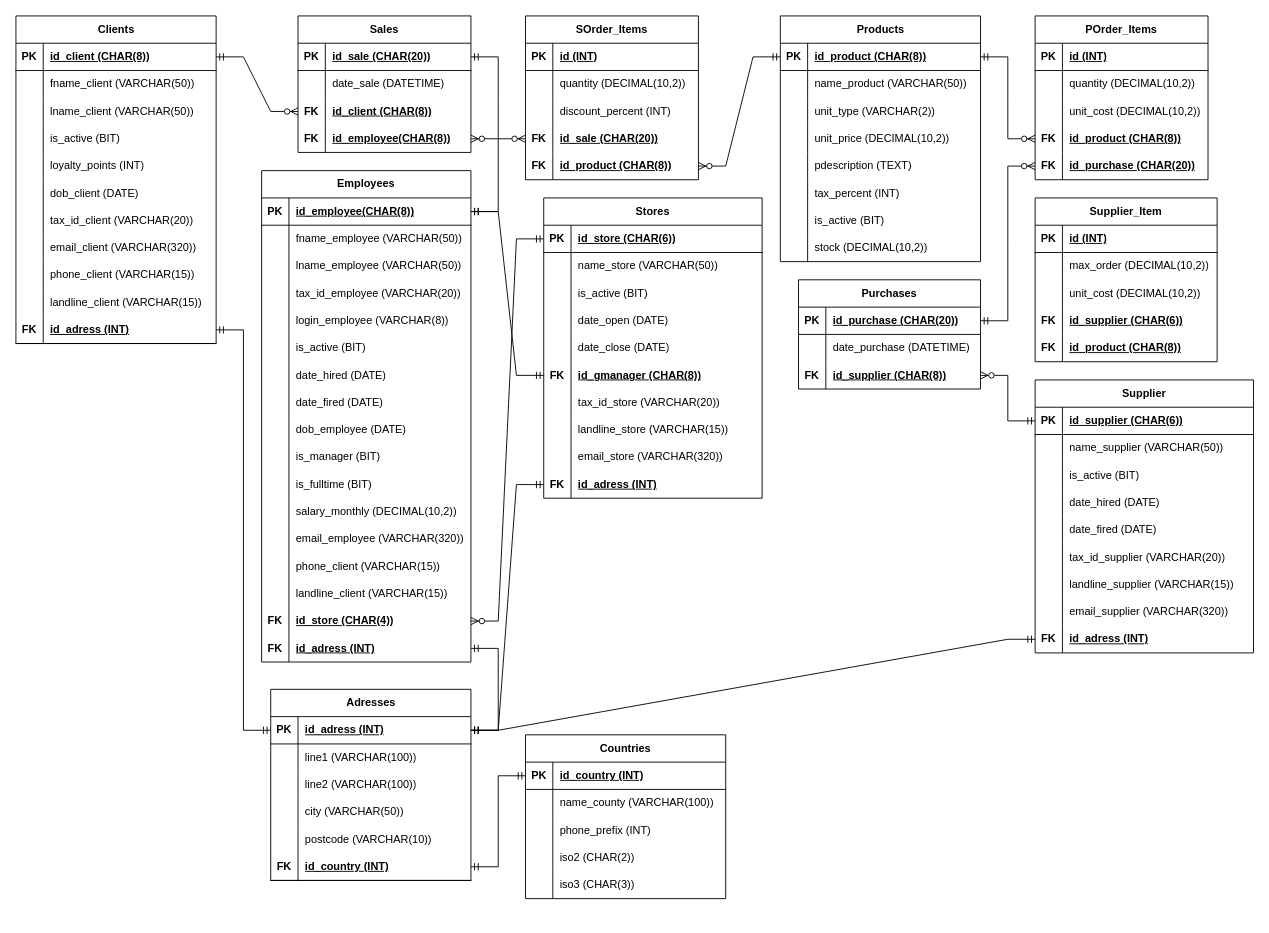
Earlier version of the draw.io diagram Docs/ERM_Store.drawio (PBento96/Projeto10790). Source tidied: cells renumbered, new cells numbered last; positions are measured from the earlier drawing's top-left corner, leaving out a move shared by most shapes. Both pictures are drawn from the tidied source at 91%, with x=0, y=0 at pixel (15, 15).
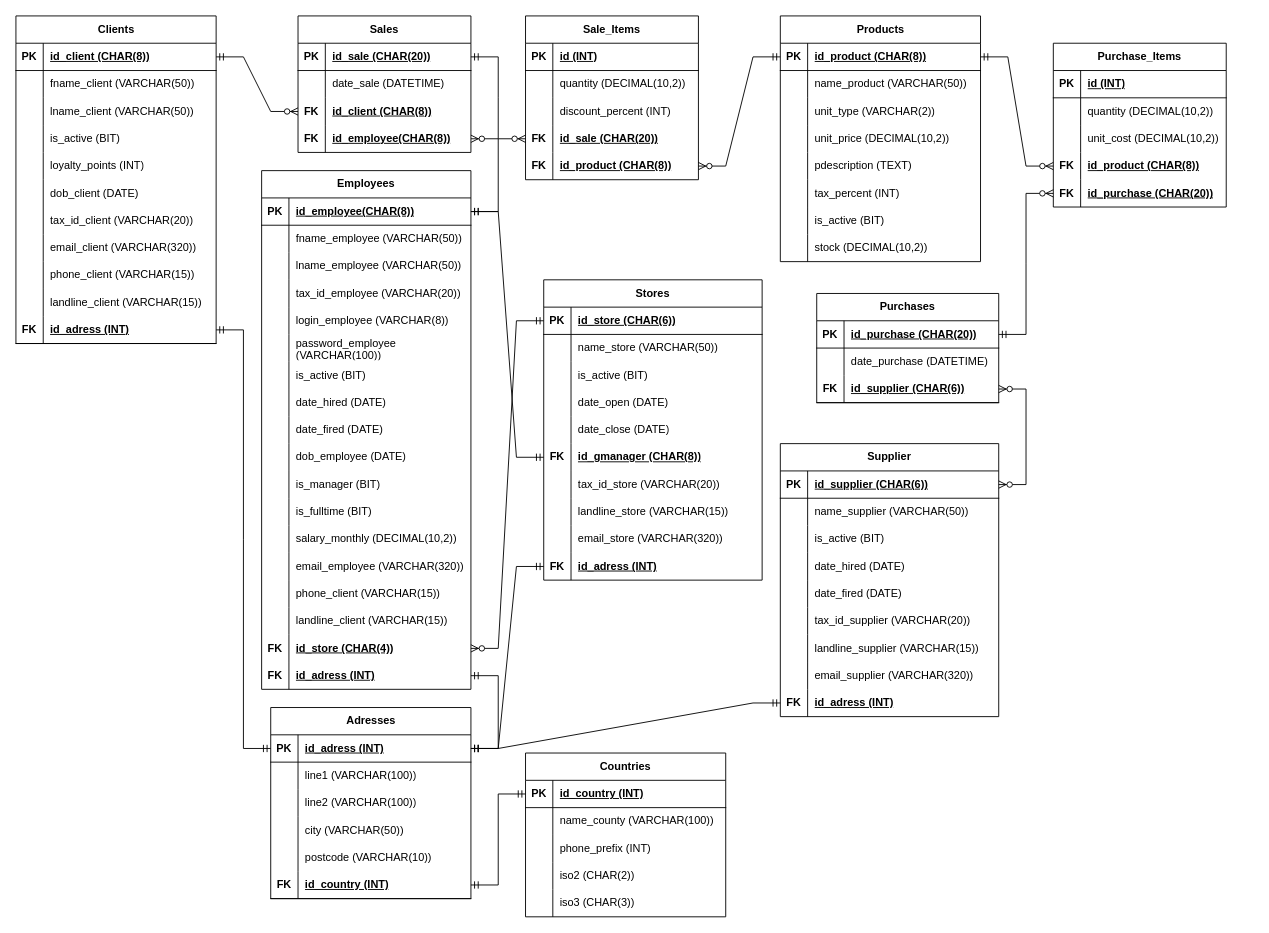
Above is the later version.

Unchanged cells that the change refers to:
```xml
<mxCell id="201" style="shape=tableRow;horizontal=0;startSize=0;swimlaneHead=0;swimlaneBody=0;fillColor=none;top=0;left=0;right=0;bottom=0;html=1;labelBackgroundColor=none;" parent="194" vertex="1">
  <mxGeometry y="90" width="190" height="30" as="geometry" />
</mxCell>
<mxCell id="223" style="shape=tableRow;horizontal=0;startSize=0;swimlaneHead=0;swimlaneBody=0;fillColor=none;points=[[0,0.5],[1,0.5]];portConstraint=eastwest;top=0;left=0;right=0;bottom=1;html=1;labelBackgroundColor=none;" parent="222" vertex="1">
  <mxGeometry y="30" width="240" height="30" as="geometry" />
</mxCell>
```

What changed in the source:
```diff
@@
     <mxCell id="50" value="Employees" style="shape=table;startSize=30;childLayout=tableLayout;rowLines=0;fontStyle=1;align=center;html=1;whiteSpace=wrap;labelBackgroundColor=none;" parent="1" vertex="1">
-      <mxGeometry x="270" y="170" width="230" height="540" as="geometry" />
+      <mxGeometry x="270" y="170" width="230" height="570" as="geometry" />
     </mxCell>
@@
+    <mxCell id="292" style="shape=tableRow;horizontal=0;startSize=0;swimlaneHead=0;swimlaneBody=0;fillColor=none;top=0;left=0;right=0;bottom=0;html=1;labelBackgroundColor=none;" parent="50" vertex="1">
+      <mxGeometry y="180" width="230" height="30" as="geometry" />
+    </mxCell>
+    <mxCell id="293" style="shape=partialRectangle;fillColor=none;top=0;left=0;bottom=0;right=0;overflow=hidden;html=1;whiteSpace=wrap;labelBackgroundColor=none;" parent="292" vertex="1">
+      <mxGeometry width="30" height="30" as="geometry" />
+    </mxCell>
+    <mxCell id="294" value="password_employee (VARCHAR(100))" style="shape=partialRectangle;fillColor=none;top=0;left=0;bottom=0;right=0;align=left;spacingLeft=6;overflow=hidden;html=1;whiteSpace=wrap;labelBackgroundColor=none;" parent="292" vertex="1">
+      <mxGeometry x="30" width="200" height="30" as="geometry" />
+    </mxCell>
     <mxCell id="66" style="shape=tableRow;horizontal=0;startSize=0;swimlaneHead=0;swimlaneBody=0;fillColor=none;top=0;left=0;right=0;bottom=0;html=1;labelBackgroundColor=none;" parent="50" vertex="1">
-      <mxGeometry y="180" width="230" height="30" as="geometry" />
+      <mxGeometry y="210" width="230" height="30" as="geometry" />
     </mxCell>
@@
     <mxCell id="69" style="shape=tableRow;horizontal=0;startSize=0;swimlaneHead=0;swimlaneBody=0;fillColor=none;top=0;left=0;right=0;bottom=0;html=1;labelBackgroundColor=none;" parent="50" vertex="1">
-      <mxGeometry y="210" width="230" height="30" as="geometry" />
+      <mxGeometry y="240" width="230" height="30" as="geometry" />
     </mxCell>
@@
     <mxCell id="72" style="shape=tableRow;horizontal=0;startSize=0;swimlaneHead=0;swimlaneBody=0;fillColor=none;top=0;left=0;right=0;bottom=0;html=1;labelBackgroundColor=none;" parent="50" vertex="1">
-      <mxGeometry y="240" width="230" height="30" as="geometry" />
+      <mxGeometry y="270" width="230" height="30" as="geometry" />
     </mxCell>
@@
     <mxCell id="75" style="shape=tableRow;horizontal=0;startSize=0;swimlaneHead=0;swimlaneBody=0;fillColor=none;top=0;left=0;right=0;bottom=0;html=1;labelBackgroundColor=none;" parent="50" vertex="1">
-      <mxGeometry y="270" width="230" height="30" as="geometry" />
+      <mxGeometry y="300" width="230" height="30" as="geometry" />
     </mxCell>
@@
     <mxCell id="78" style="shape=tableRow;horizontal=0;startSize=0;swimlaneHead=0;swimlaneBody=0;fillColor=none;top=0;left=0;right=0;bottom=0;html=1;labelBackgroundColor=none;" parent="50" vertex="1">
-      <mxGeometry y="300" width="230" height="30" as="geometry" />
+      <mxGeometry y="330" width="230" height="30" as="geometry" />
     </mxCell>
@@
     <mxCell id="81" style="shape=tableRow;horizontal=0;startSize=0;swimlaneHead=0;swimlaneBody=0;fillColor=none;top=0;left=0;right=0;bottom=0;html=1;labelBackgroundColor=none;" parent="50" vertex="1">
-      <mxGeometry y="330" width="230" height="30" as="geometry" />
+      <mxGeometry y="360" width="230" height="30" as="geometry" />
     </mxCell>
@@
     <mxCell id="84" style="shape=tableRow;horizontal=0;startSize=0;swimlaneHead=0;swimlaneBody=0;fillColor=none;top=0;left=0;right=0;bottom=0;html=1;labelBackgroundColor=none;" parent="50" vertex="1">
-      <mxGeometry y="360" width="230" height="30" as="geometry" />
+      <mxGeometry y="390" width="230" height="30" as="geometry" />
     </mxCell>
@@
     <mxCell id="87" style="shape=tableRow;horizontal=0;startSize=0;swimlaneHead=0;swimlaneBody=0;fillColor=none;top=0;left=0;right=0;bottom=0;html=1;labelBackgroundColor=none;" parent="50" vertex="1">
-      <mxGeometry y="390" width="230" height="30" as="geometry" />
+      <mxGeometry y="420" width="230" height="30" as="geometry" />
     </mxCell>
@@
     <mxCell id="90" style="shape=tableRow;horizontal=0;startSize=0;swimlaneHead=0;swimlaneBody=0;fillColor=none;top=0;left=0;right=0;bottom=0;html=1;labelBackgroundColor=none;" parent="50" vertex="1">
-      <mxGeometry y="420" width="230" height="30" as="geometry" />
+      <mxGeometry y="450" width="230" height="30" as="geometry" />
     </mxCell>
@@
     <mxCell id="93" style="shape=tableRow;horizontal=0;startSize=0;swimlaneHead=0;swimlaneBody=0;fillColor=none;top=0;left=0;right=0;bottom=0;html=1;labelBackgroundColor=none;" parent="50" vertex="1">
-      <mxGeometry y="450" width="230" height="30" as="geometry" />
+      <mxGeometry y="480" width="230" height="30" as="geometry" />
     </mxCell>
@@
     <mxCell id="96" style="shape=tableRow;horizontal=0;startSize=0;swimlaneHead=0;swimlaneBody=0;fillColor=none;points=[[0,0.5],[1,0.5]];portConstraint=eastwest;top=0;left=0;right=0;bottom=0;html=1;labelBackgroundColor=none;" parent="50" vertex="1">
-      <mxGeometry y="480" width="230" height="30" as="geometry" />
+      <mxGeometry y="510" width="230" height="30" as="geometry" />
     </mxCell>
@@
     <mxCell id="99" style="shape=tableRow;horizontal=0;startSize=0;swimlaneHead=0;swimlaneBody=0;fillColor=none;points=[[0,0.5],[1,0.5]];portConstraint=eastwest;top=0;left=0;right=0;bottom=0;html=1;labelBackgroundColor=none;" parent="50" vertex="1">
-      <mxGeometry y="510" width="230" height="30" as="geometry" />
+      <mxGeometry y="540" width="230" height="30" as="geometry" />
     </mxCell>
@@
-    <mxCell id="103" value="SOrder_Items" style="shape=table;startSize=30;childLayout=tableLayout;rowLines=0;fontStyle=1;align=center;html=1;whiteSpace=wrap;labelBackgroundColor=none;" parent="1" vertex="1">
+    <mxCell id="103" value="Sale_Items" style="shape=table;startSize=30;childLayout=tableLayout;rowLines=0;fontStyle=1;align=center;html=1;whiteSpace=wrap;labelBackgroundColor=none;" parent="1" vertex="1">
       <mxGeometry x="560" width="190" height="180" as="geometry" />
     </mxCell>
@@
     <mxCell id="146" value="Stores" style="shape=table;startSize=30;childLayout=tableLayout;rowLines=0;fontStyle=1;align=center;html=1;whiteSpace=wrap;labelBackgroundColor=none;" parent="1" vertex="1">
-      <mxGeometry x="580" y="200" width="240" height="330" as="geometry" />
+      <mxGeometry x="580" y="290" width="240" height="330" as="geometry" />
     </mxCell>
@@
     <mxCell id="177" value="Countries" style="shape=table;startSize=30;childLayout=tableLayout;rowLines=0;fontStyle=1;align=center;html=1;whiteSpace=wrap;labelBackgroundColor=none;" parent="1" vertex="1">
-      <mxGeometry x="560" y="790" width="220" height="180" as="geometry" />
+      <mxGeometry x="560" y="810" width="220" height="180" as="geometry" />
     </mxCell>
@@
-    <mxCell id="194" value="POrder_Items" style="shape=table;startSize=30;childLayout=tableLayout;rowLines=0;fontStyle=1;align=center;html=1;whiteSpace=wrap;labelBackgroundColor=none;" parent="1" vertex="1">
-      <mxGeometry x="1120" width="190" height="180" as="geometry" />
+    <mxCell id="194" value="Purchase_Items" style="shape=table;startSize=30;childLayout=tableLayout;rowLines=0;fontStyle=1;align=center;html=1;whiteSpace=wrap;labelBackgroundColor=none;" parent="1" vertex="1">
+      <mxGeometry x="1140" y="30" width="190" height="180" as="geometry" />
     </mxCell>
@@
-    <mxCell id="202" style="shape=partialRectangle;fillColor=none;top=0;left=0;bottom=0;right=0;overflow=hidden;html=1;whiteSpace=wrap;labelBackgroundColor=none;" parent="201" vertex="1">
-      <mxGeometry width="30" height="30" as="geometry" />
-    </mxCell>
+    <mxCell id="295" style="shape=partialRectangle;fillColor=none;top=0;left=0;bottom=0;right=0;overflow=hidden;html=1;whiteSpace=wrap;labelBackgroundColor=none;" parent="201" vertex="1">
+      <mxGeometry width="30" height="30" as="geometry" />
+    </mxCell>
@@
     <mxCell id="210" value="Purchases" style="shape=table;startSize=30;childLayout=tableLayout;rowLines=0;fontStyle=1;align=center;html=1;whiteSpace=wrap;labelBackgroundColor=none;" parent="1" vertex="1">
-      <mxGeometry x="860" y="290" width="200" height="120" as="geometry" />
+      <mxGeometry x="880" y="305" width="200" height="120" as="geometry" />
     </mxCell>
@@
-    <mxCell id="217" style="shape=tableRow;horizontal=0;startSize=0;swimlaneHead=0;swimlaneBody=0;fillColor=none;points=[[0,0.5],[1,0.5]];portConstraint=eastwest;top=0;left=0;right=0;bottom=0;html=1;labelBackgroundColor=none;" parent="210" vertex="1">
-      <mxGeometry y="90" width="200" height="30" as="geometry" />
-    </mxCell>
-    <mxCell id="218" value="FK" style="shape=partialRectangle;fillColor=none;top=0;left=0;bottom=0;right=0;fontStyle=1;overflow=hidden;html=1;whiteSpace=wrap;labelBackgroundColor=none;" parent="217" vertex="1">
-      <mxGeometry width="30" height="30" as="geometry" />
-    </mxCell>
-    <mxCell id="219" value="id_supplier (CHAR(8))" style="shape=partialRectangle;fillColor=none;top=0;left=0;bottom=0;right=0;align=left;spacingLeft=6;fontStyle=5;overflow=hidden;html=1;whiteSpace=wrap;labelBackgroundColor=none;" parent="217" vertex="1">
-      <mxGeometry x="30" width="170" height="30" as="geometry" />
-    </mxCell>
+    <mxCell id="296" style="shape=tableRow;horizontal=0;startSize=0;swimlaneHead=0;swimlaneBody=0;fillColor=none;points=[[0,0.5],[1,0.5]];portConstraint=eastwest;top=0;left=0;right=0;bottom=1;html=1;labelBackgroundColor=none;" parent="210" vertex="1">
+      <mxGeometry y="90" width="200" height="30" as="geometry" />
+    </mxCell>
+    <mxCell id="297" value="FK" style="shape=partialRectangle;fillColor=none;top=0;left=0;bottom=0;right=0;fontStyle=1;overflow=hidden;html=1;whiteSpace=wrap;labelBackgroundColor=none;" parent="296" vertex="1">
+      <mxGeometry width="30" height="30" as="geometry" />
+    </mxCell>
+    <mxCell id="263" value="id_supplier (CHAR(6))" style="shape=partialRectangle;fillColor=none;top=0;left=0;bottom=0;right=0;align=left;spacingLeft=6;fontStyle=5;overflow=hidden;html=1;whiteSpace=wrap;labelBackgroundColor=none;" parent="296" vertex="1">
+      <mxGeometry x="30" width="170" height="30" as="geometry" />
+    </mxCell>
@@
     <mxCell id="222" value="Supplier" style="shape=table;startSize=30;childLayout=tableLayout;rowLines=0;fontStyle=1;align=center;html=1;whiteSpace=wrap;labelBackgroundColor=none;" parent="1" vertex="1">
-      <mxGeometry x="1120" y="400" width="240" height="300" as="geometry" />
+      <mxGeometry x="840" y="470" width="240" height="300" as="geometry" />
     </mxCell>
@@
-    <mxCell id="250" style="edgeStyle=entityRelationEdgeStyle;fontSize=12;html=1;endArrow=ERzeroToMany;startArrow=ERmandOne;rounded=0;entryX=1;entryY=0.5;entryDx=0;entryDy=0;exitX=0;exitY=0.5;exitDx=0;exitDy=0;labelBackgroundColor=none;fontColor=default;" parent="1" edge="1" source="223" target="217">
-      <mxGeometry relative="1" as="geometry">
-        <Array as="points">
-          <mxPoint x="1100" y="430" />
-        </Array>
-      </mxGeometry>
-    </mxCell>
-    <mxCell id="251" value="Supplier_Item" style="shape=table;startSize=30;childLayout=tableLayout;rowLines=0;fontStyle=1;align=center;html=1;whiteSpace=wrap;labelBackgroundColor=none;" parent="1" vertex="1">
-      <mxGeometry x="1120" y="200" width="200" height="180" as="geometry" />
-    </mxCell>
-    <mxCell id="252" style="shape=tableRow;horizontal=0;startSize=0;swimlaneHead=0;swimlaneBody=0;fillColor=none;top=0;left=0;right=0;bottom=1;html=1;labelBackgroundColor=none;" parent="251" vertex="1">
-      <mxGeometry y="30" width="200" height="30" as="geometry" />
-    </mxCell>
-    <mxCell id="253" value="PK" style="shape=partialRectangle;fillColor=none;top=0;left=0;bottom=0;right=0;fontStyle=1;overflow=hidden;html=1;whiteSpace=wrap;labelBackgroundColor=none;" parent="252" vertex="1">
-      <mxGeometry width="30" height="30" as="geometry" />
-    </mxCell>
-    <mxCell id="254" value="id (INT)" style="shape=partialRectangle;fillColor=none;top=0;left=0;bottom=0;right=0;align=left;spacingLeft=6;fontStyle=5;overflow=hidden;html=1;whiteSpace=wrap;labelBackgroundColor=none;" parent="252" vertex="1">
-      <mxGeometry x="30" width="170" height="30" as="geometry" />
-    </mxCell>
-    <mxCell id="255" style="shape=tableRow;horizontal=0;startSize=0;swimlaneHead=0;swimlaneBody=0;fillColor=none;top=0;left=0;right=0;bottom=0;html=1;labelBackgroundColor=none;" parent="251" vertex="1">
-      <mxGeometry y="60" width="200" height="30" as="geometry" />
-    </mxCell>
-    <mxCell id="256" style="shape=partialRectangle;fillColor=none;top=0;left=0;bottom=0;right=0;overflow=hidden;html=1;whiteSpace=wrap;labelBackgroundColor=none;" parent="255" vertex="1">
-      <mxGeometry width="30" height="30" as="geometry" />
-    </mxCell>
-    <mxCell id="257" value="max_order (DECIMAL(10,2))" style="shape=partialRectangle;fillColor=none;top=0;left=0;bottom=0;right=0;align=left;spacingLeft=6;overflow=hidden;html=1;whiteSpace=wrap;labelBackgroundColor=none;" parent="255" vertex="1">
-      <mxGeometry x="30" width="170" height="30" as="geometry" />
-    </mxCell>
-    <mxCell id="258" style="shape=tableRow;horizontal=0;startSize=0;swimlaneHead=0;swimlaneBody=0;fillColor=none;top=0;left=0;right=0;bottom=0;html=1;labelBackgroundColor=none;" parent="251" vertex="1">
-      <mxGeometry y="90" width="200" height="30" as="geometry" />
-    </mxCell>
-    <mxCell id="259" style="shape=partialRectangle;fillColor=none;top=0;left=0;bottom=0;right=0;overflow=hidden;html=1;whiteSpace=wrap;labelBackgroundColor=none;" parent="258" vertex="1">
-      <mxGeometry width="30" height="30" as="geometry" />
-    </mxCell>
-    <mxCell id="260" value="unit_cost (DECIMAL(10,2))" style="shape=partialRectangle;fillColor=none;top=0;left=0;bottom=0;right=0;align=left;spacingLeft=6;overflow=hidden;html=1;whiteSpace=wrap;labelBackgroundColor=none;" parent="258" vertex="1">
-      <mxGeometry x="30" width="170" height="30" as="geometry" />
-    </mxCell>
-    <mxCell id="261" style="shape=tableRow;horizontal=0;startSize=0;swimlaneHead=0;swimlaneBody=0;fillColor=none;top=0;left=0;right=0;bottom=0;html=1;labelBackgroundColor=none;" parent="251" vertex="1">
-      <mxGeometry y="120" width="200" height="30" as="geometry" />
-    </mxCell>
-    <mxCell id="262" value="FK" style="shape=partialRectangle;fillColor=none;top=0;left=0;bottom=0;right=0;fontStyle=1;overflow=hidden;html=1;whiteSpace=wrap;labelBackgroundColor=none;" parent="261" vertex="1">
-      <mxGeometry width="30" height="30" as="geometry" />
-    </mxCell>
-    <mxCell id="263" value="id_supplier (CHAR(6))" style="shape=partialRectangle;fillColor=none;top=0;left=0;bottom=0;right=0;align=left;spacingLeft=6;fontStyle=5;overflow=hidden;html=1;whiteSpace=wrap;labelBackgroundColor=none;" parent="261" vertex="1">
-      <mxGeometry x="30" width="170" height="30" as="geometry" />
-    </mxCell>
-    <mxCell id="264" style="shape=tableRow;horizontal=0;startSize=0;swimlaneHead=0;swimlaneBody=0;fillColor=none;top=0;left=0;right=0;bottom=0;html=1;labelBackgroundColor=none;" parent="251" vertex="1">
-      <mxGeometry y="150" width="200" height="30" as="geometry" />
-    </mxCell>
-    <mxCell id="265" value="FK" style="shape=partialRectangle;fillColor=none;top=0;left=0;bottom=0;right=0;fontStyle=1;overflow=hidden;html=1;whiteSpace=wrap;labelBackgroundColor=none;" parent="264" vertex="1">
-      <mxGeometry width="30" height="30" as="geometry" />
-    </mxCell>
-    <mxCell id="266" value="id_product (CHAR(8))" style="shape=partialRectangle;fillColor=none;top=0;left=0;bottom=0;right=0;align=left;spacingLeft=6;fontStyle=5;overflow=hidden;html=1;whiteSpace=wrap;labelBackgroundColor=none;" parent="264" vertex="1">
-      <mxGeometry x="30" width="170" height="30" as="geometry" />
-    </mxCell>
     <mxCell id="267" value="Adresses" style="shape=table;startSize=30;childLayout=tableLayout;rowLines=0;fontStyle=1;align=center;html=1;labelBackgroundColor=none;" parent="1" vertex="1">
-      <mxGeometry x="280" y="740" width="220" height="210" as="geometry" />
+      <mxGeometry x="280" y="760" width="220" height="210" as="geometry" />
     </mxCell>
@@
+    <mxCell id="298" style="edgeStyle=entityRelationEdgeStyle;fontSize=12;html=1;endArrow=ERzeroToMany;endFill=1;startArrow=ERzeroToMany;rounded=0;entryX=1;entryY=0.5;entryDx=0;entryDy=0;exitX=1;exitY=0.5;exitDx=0;exitDy=0;" parent="1" edge="1" source="223" target="296">
+      <mxGeometry relative="1" as="geometry" />
+    </mxCell>
```
